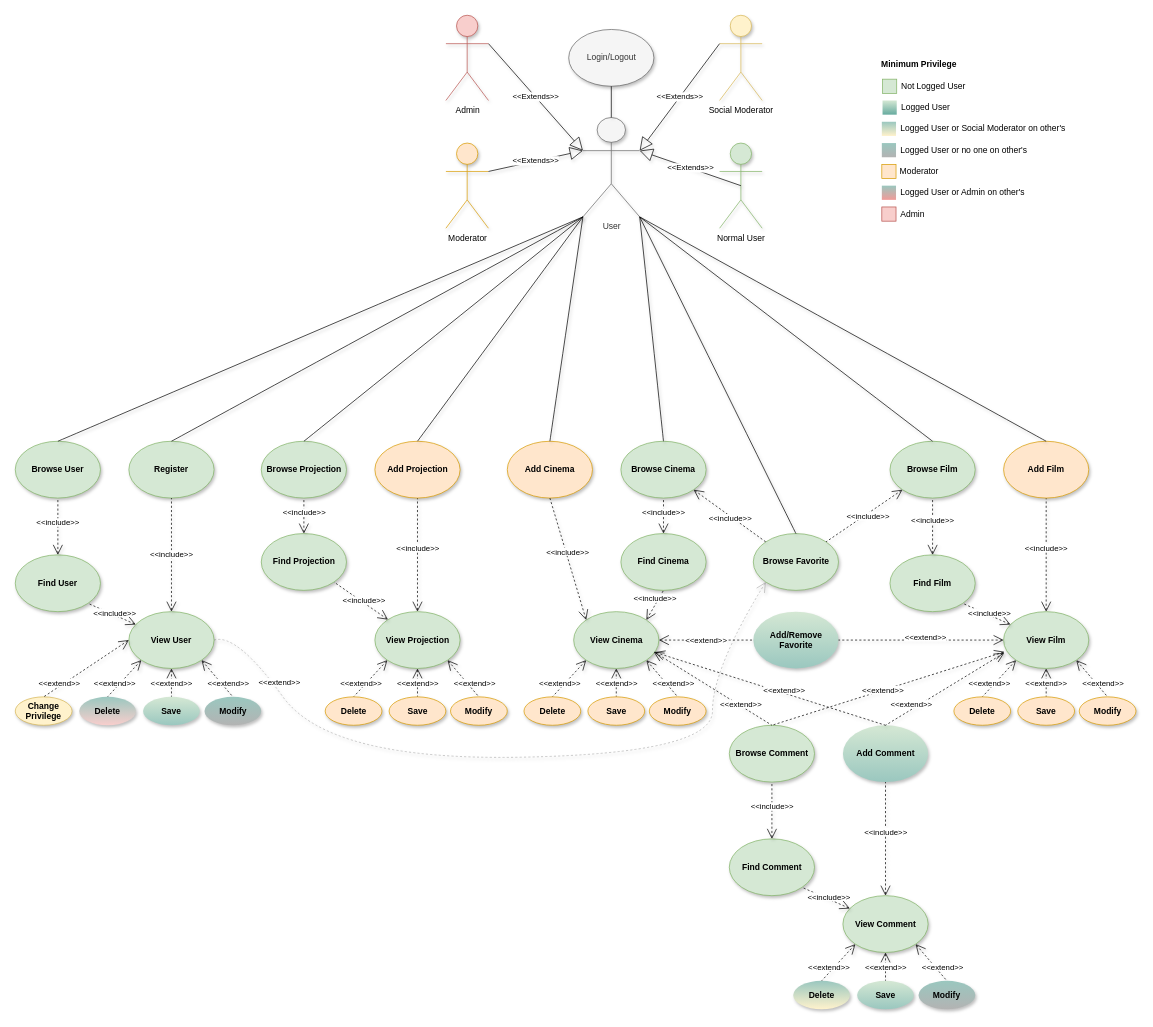
unipi-fr/LargeScaleMultiStructureDatabases keeps this draw.io diagram as Task1/Documentation/Diagrams/Use Case.drawio. Above is the earlier version. Source tidied: cells renumbered, new cells numbered last; positions are measured from the earlier drawing's top-left corner, leaving out a move shared by most shapes. Both pictures are drawn from the tidied source at 71%, with x=0, y=0 at pixel (15, 15).
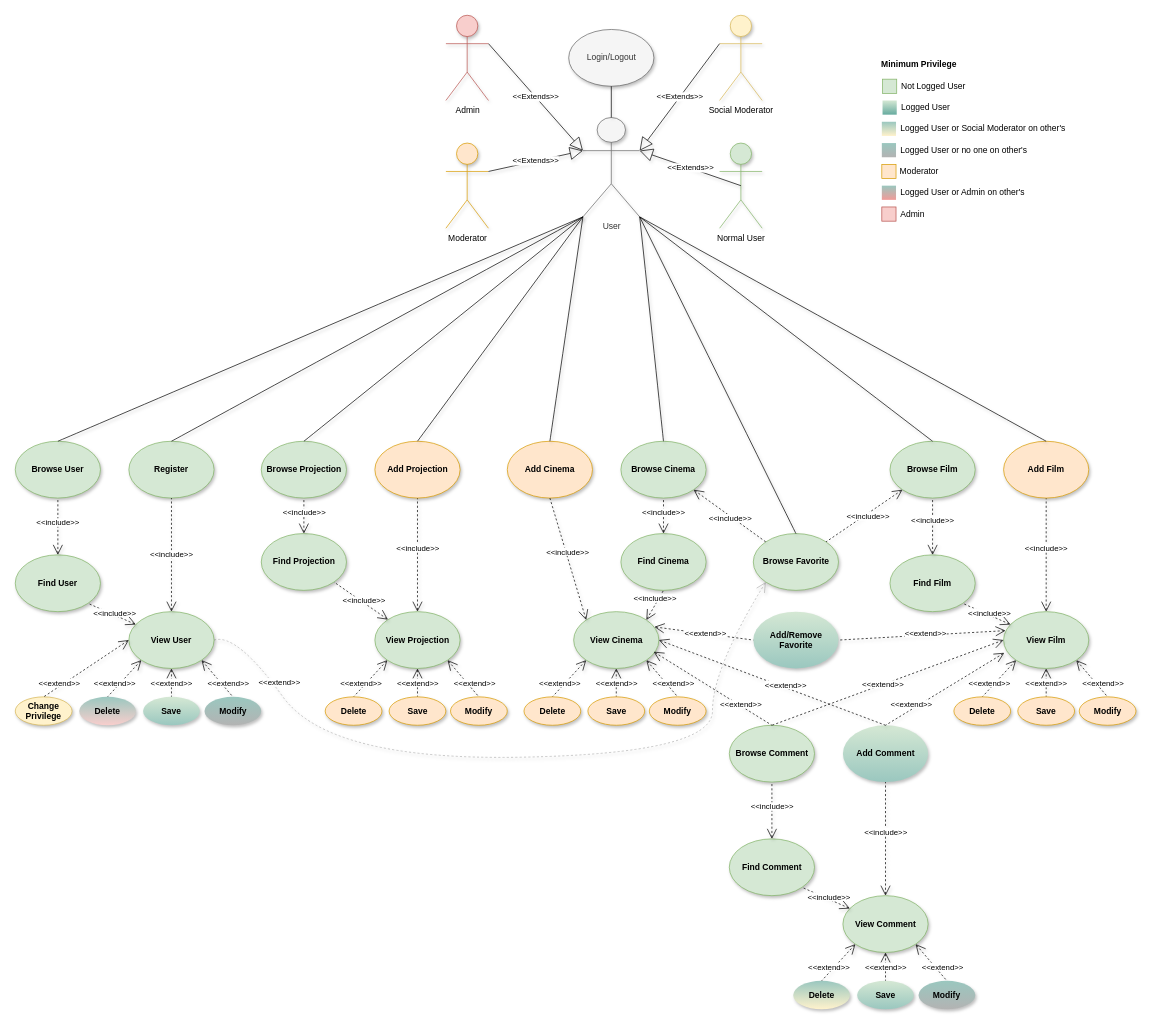
After the change.

Unchanged cells that the change refers to:
```xml
<mxCell id="10" value="Add/Remove Favorite" style="ellipse;whiteSpace=wrap;html=1;fontStyle=1;fillColor=#d5e8d4;strokeColor=none;shadow=1;gradientColor=#9AC7BF;" parent="1" vertex="1">
  <mxGeometry x="1039.5" y="840" width="120" height="80" as="geometry" />
</mxCell>
<mxCell id="20" value="Browse Comment" style="ellipse;whiteSpace=wrap;html=1;fontStyle=1;fillColor=#d5e8d4;strokeColor=#82b366;shadow=1;" parent="1" vertex="1">
  <mxGeometry x="1005.7" y="1000" width="120" height="80" as="geometry" />
</mxCell>
<mxCell id="22" value="Add Comment" style="ellipse;whiteSpace=wrap;html=1;fontStyle=1;fillColor=#d5e8d4;strokeColor=none;shadow=1;gradientColor=#9AC7BF;" parent="1" vertex="1">
  <mxGeometry x="1165.7" y="1000" width="120" height="80" as="geometry" />
</mxCell>
<mxCell id="51" value="View Cinema" style="ellipse;whiteSpace=wrap;html=1;fontStyle=1;fillColor=#d5e8d4;strokeColor=#82b366;shadow=1;direction=east;" parent="1" vertex="1">
  <mxGeometry x="786.5" y="840" width="120" height="80" as="geometry" />
</mxCell>
<mxCell id="62" value="View Film" style="ellipse;whiteSpace=wrap;html=1;fontStyle=1;fillColor=#d5e8d4;strokeColor=#82b366;shadow=1;" parent="1" vertex="1">
  <mxGeometry x="1392" y="840" width="120" height="80" as="geometry" />
</mxCell>
```

The edit, as a diff of the source:
```diff
@@
-    <mxCell id="83" value="&lt;span style=&quot;background-color: rgb(255 , 255 , 255)&quot;&gt;&amp;lt;&amp;lt;extend&amp;gt;&amp;gt;&lt;/span&gt;" style="edgeStyle=none;html=1;startArrow=open;endArrow=none;startSize=12;verticalAlign=bottom;dashed=1;labelBackgroundColor=none;entryX=1;entryY=0.5;entryDx=0;entryDy=0;exitX=0;exitY=0.5;exitDx=0;exitDy=0;shadow=1;" parent="1" edge="1" source="62" target="10">
-      <mxGeometry x="-0.05" y="5" relative="1" as="geometry" />
+    <mxCell id="83" value="&lt;span style=&quot;background-color: rgb(255 , 255 , 255)&quot;&gt;&amp;lt;&amp;lt;extend&amp;gt;&amp;gt;&lt;/span&gt;" style="edgeStyle=none;html=1;startArrow=open;endArrow=none;startSize=12;verticalAlign=bottom;dashed=1;labelBackgroundColor=none;entryX=1;entryY=0.5;entryDx=0;entryDy=0;exitX=0.023;exitY=0.334;exitDx=0;exitDy=0;shadow=1;exitPerimeter=0;" parent="1" edge="1" source="62" target="10">
+      <mxGeometry x="-0.04" y="7" relative="1" as="geometry" />
     </mxCell>
@@
-    <mxCell id="89" value="&lt;span style=&quot;background-color: rgb(255 , 255 , 255)&quot;&gt;&amp;lt;&amp;lt;extend&amp;gt;&amp;gt;&lt;/span&gt;" style="edgeStyle=none;html=1;startArrow=open;endArrow=none;startSize=12;verticalAlign=bottom;dashed=1;labelBackgroundColor=none;entryX=0;entryY=0.5;entryDx=0;entryDy=0;exitX=1;exitY=0.5;exitDx=0;exitDy=0;shadow=1;" parent="1" edge="1" source="51" target="10">
-      <mxGeometry x="-0.01" y="-10" relative="1" as="geometry" />
+    <mxCell id="89" value="&lt;span style=&quot;background-color: rgb(255 , 255 , 255)&quot;&gt;&amp;lt;&amp;lt;extend&amp;gt;&amp;gt;&lt;/span&gt;" style="edgeStyle=none;html=1;startArrow=open;endArrow=none;startSize=12;verticalAlign=bottom;dashed=1;labelBackgroundColor=none;entryX=0;entryY=0.5;entryDx=0;entryDy=0;exitX=0.947;exitY=0.268;exitDx=0;exitDy=0;shadow=1;exitPerimeter=0;" parent="1" edge="1" source="51" target="10">
+      <mxGeometry x="0.05" y="-9" relative="1" as="geometry" />
     </mxCell>
@@
-    <mxCell id="91" value="&lt;span style=&quot;background-color: rgb(255 , 255 , 255)&quot;&gt;&amp;lt;&amp;lt;extend&amp;gt;&amp;gt;&lt;/span&gt;" style="edgeStyle=none;html=1;startArrow=open;endArrow=none;startSize=12;verticalAlign=bottom;dashed=1;labelBackgroundColor=none;entryX=0.5;entryY=0;entryDx=0;entryDy=0;exitX=0.011;exitY=0.707;exitDx=0;exitDy=0;shadow=1;exitPerimeter=0;" parent="1" edge="1" source="62" target="20">
+    <mxCell id="91" value="&lt;span style=&quot;background-color: rgb(255 , 255 , 255)&quot;&gt;&amp;lt;&amp;lt;extend&amp;gt;&amp;gt;&lt;/span&gt;" style="edgeStyle=none;html=1;startArrow=open;endArrow=none;startSize=12;verticalAlign=bottom;dashed=1;labelBackgroundColor=none;entryX=0.5;entryY=0;entryDx=0;entryDy=0;exitX=0;exitY=0.5;exitDx=0;exitDy=0;shadow=1;" parent="1" edge="1" source="62" target="20">
       <mxGeometry x="0.06" y="9" relative="1" as="geometry" />
     </mxCell>
-    <mxCell id="92" value="&lt;span style=&quot;background-color: rgb(255 , 255 , 255)&quot;&gt;&amp;lt;&amp;lt;extend&amp;gt;&amp;gt;&lt;/span&gt;" style="edgeStyle=none;html=1;startArrow=open;endArrow=none;startSize=12;verticalAlign=bottom;dashed=1;labelBackgroundColor=none;entryX=0.5;entryY=0;entryDx=0;entryDy=0;shadow=1;" parent="1" edge="1" source="51" target="22">
+    <mxCell id="92" value="&lt;span style=&quot;background-color: rgb(255 , 255 , 255)&quot;&gt;&amp;lt;&amp;lt;extend&amp;gt;&amp;gt;&lt;/span&gt;" style="edgeStyle=none;html=1;startArrow=open;endArrow=none;startSize=12;verticalAlign=bottom;dashed=1;labelBackgroundColor=none;entryX=0.5;entryY=0;entryDx=0;entryDy=0;shadow=1;exitX=1;exitY=0.5;exitDx=0;exitDy=0;" parent="1" edge="1" source="51" target="22">
       <mxGeometry x="0.13" y="-5" relative="1" as="geometry" />
     </mxCell>
```
